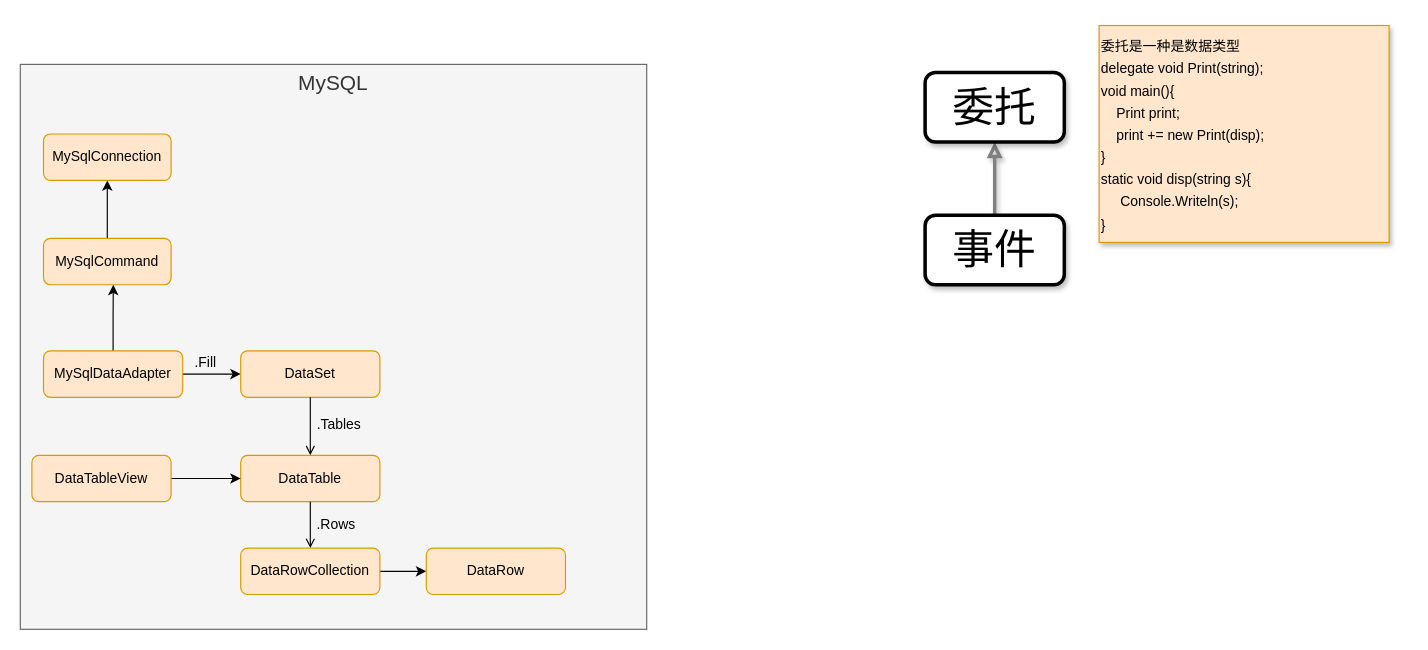
This is page "7#C#" (3 of 3) of assets/drawio/study.drawio from atanx/atanx.github.io, a draw.io file, before an edit. Source tidied: cells renumbered, new cells numbered last; positions are measured from the earlier drawing's top-left corner, leaving out a move shared by most shapes. Both pictures are drawn from the tidied source at 116%, with x=0, y=0 at pixel (20, 26).
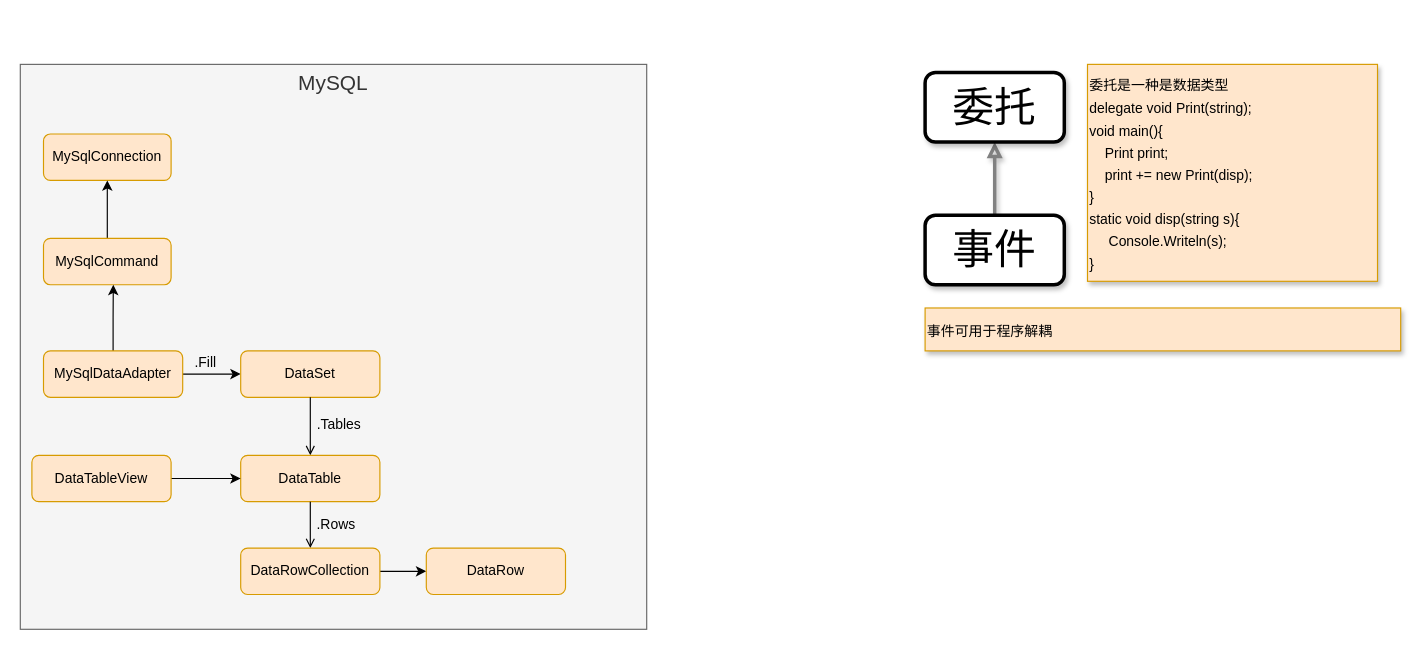
The same page after the edit.

Change to the diagram source:
```diff
@@
     <mxCell id="24" value="&lt;font style=&quot;font-size: 12px&quot;&gt;委托是一种是数据类型&lt;br&gt;delegate void Print(string);&lt;br&gt;void main(){&lt;br&gt;&amp;nbsp; &amp;nbsp; Print print;&lt;br&gt;&amp;nbsp; &amp;nbsp; print += new Print(disp);&lt;br&gt;}&lt;br&gt;static void disp(string s){&lt;br&gt;&amp;nbsp; &amp;nbsp; &amp;nbsp;Console.Writeln(s);&lt;br&gt;}&lt;/font&gt;" style="text;html=1;strokeColor=#d79b00;fillColor=#ffe6cc;align=left;verticalAlign=middle;whiteSpace=wrap;rounded=0;shadow=1;fontSize=16;" parent="1" vertex="1">
-      <mxGeometry x="930" y="-0.5" width="250" height="187" as="geometry" />
+      <mxGeometry x="920" y="33" width="250" height="187" as="geometry" />
     </mxCell>
+    <mxCell id="25" value="&lt;span style=&quot;font-size: 12px&quot;&gt;事件可用于程序解耦&lt;/span&gt;" style="text;html=1;strokeColor=#d79b00;fillColor=#ffe6cc;align=left;verticalAlign=middle;whiteSpace=wrap;rounded=0;shadow=1;fontSize=16;" parent="1" vertex="1">
+      <mxGeometry x="780" y="243" width="410" height="37" as="geometry" />
+    </mxCell>
```
